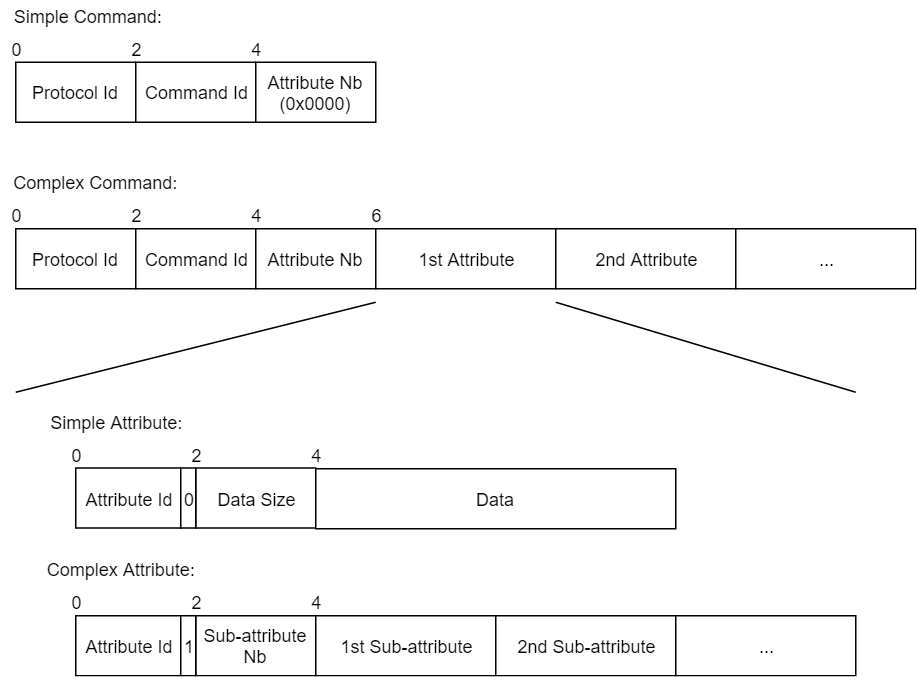
Above: img/Trame.png in jean-roland/LCSF_Doc (draw.io), before the change. Source tidied: cells renumbered, new cells last; positions are measured from the earlier drawing's top-left corner, leaving out a move shared by most shapes.
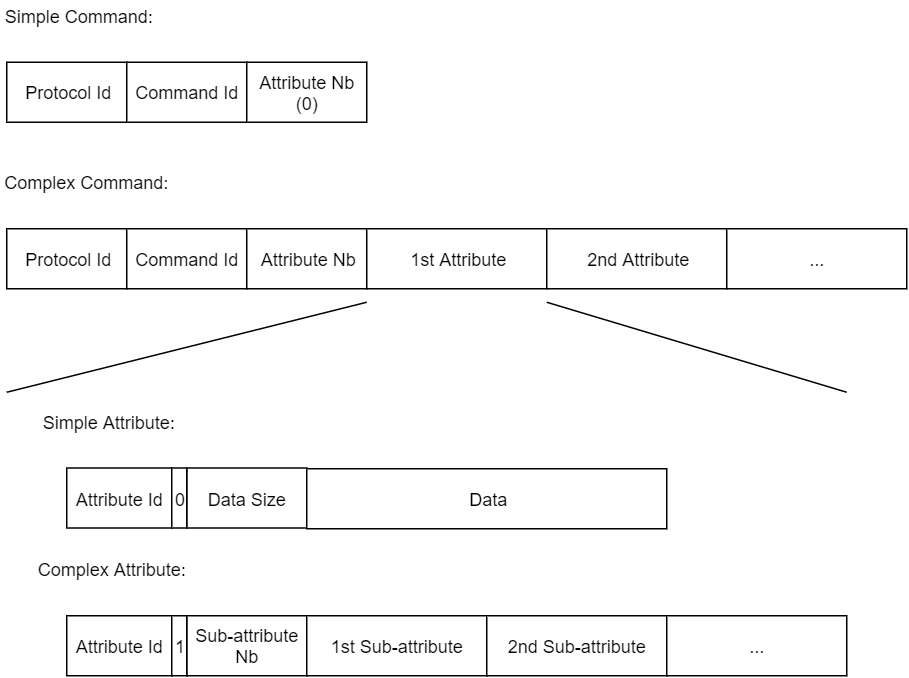
After the change.

Commit message:
doc: add representation section

What changed in the source:
```diff
@@ -8,18 +8,9 @@
     <mxCell id="3" value="&lt;font style=&quot;font-size: 12px&quot;&gt;Command Id&lt;/font&gt;" style="rounded=0;whiteSpace=wrap;html=1;" parent="1" vertex="1">
       <mxGeometry x="90" y="41" width="80" height="40" as="geometry" />
     </mxCell>
-    <mxCell id="4" value="&lt;font style=&quot;font-size: 12px&quot;&gt;Attribute Nb (0x0000)&lt;/font&gt;" style="rounded=0;whiteSpace=wrap;html=1;" parent="1" vertex="1">
+    <mxCell id="4" value="&lt;font style=&quot;font-size: 12px&quot;&gt;Attribute Nb (0)&lt;/font&gt;" style="rounded=0;whiteSpace=wrap;html=1;" parent="1" vertex="1">
       <mxGeometry x="170" y="41" width="80" height="40" as="geometry" />
     </mxCell>
-    <mxCell id="5" value="&lt;font style=&quot;font-size: 12px&quot;&gt;0&lt;/font&gt;&lt;br&gt;" style="text;html=1;strokeColor=none;fillColor=none;align=center;verticalAlign=middle;whiteSpace=wrap;rounded=0;" parent="1" vertex="1">
-      <mxGeometry y="25.5" width="20" height="13" as="geometry" />
-    </mxCell>
-    <mxCell id="6" value="&lt;font style=&quot;font-size: 12px&quot;&gt;2&lt;/font&gt;&lt;br&gt;" style="text;html=1;strokeColor=none;fillColor=none;align=center;verticalAlign=middle;whiteSpace=wrap;rounded=0;" parent="1" vertex="1">
-      <mxGeometry x="80" y="25.5" width="20" height="13" as="geometry" />
-    </mxCell>
-    <mxCell id="7" value="&lt;font style=&quot;font-size: 12px&quot;&gt;4&lt;/font&gt;&lt;br&gt;" style="text;html=1;strokeColor=none;fillColor=none;align=center;verticalAlign=middle;whiteSpace=wrap;rounded=0;" parent="1" vertex="1">
-      <mxGeometry x="160" y="25.5" width="20" height="13" as="geometry" />
-    </mxCell>
     <mxCell id="8" value="&lt;font style=&quot;font-size: 12px&quot;&gt;Protocol Id&lt;/font&gt;" style="rounded=0;whiteSpace=wrap;html=1;" parent="1" vertex="1">
       <mxGeometry x="10" y="152" width="80" height="40" as="geometry" />
     </mxCell>
@@ -29,15 +20,6 @@
     <mxCell id="10" value="&lt;font style=&quot;font-size: 12px&quot;&gt;Attribute Nb&lt;/font&gt;" style="rounded=0;whiteSpace=wrap;html=1;" parent="1" vertex="1">
       <mxGeometry x="170" y="152" width="80" height="40" as="geometry" />
     </mxCell>
-    <mxCell id="11" value="&lt;font style=&quot;font-size: 12px&quot;&gt;0&lt;/font&gt;&lt;br&gt;" style="text;html=1;strokeColor=none;fillColor=none;align=center;verticalAlign=middle;whiteSpace=wrap;rounded=0;" parent="1" vertex="1">
-      <mxGeometry y="136.5" width="20" height="13" as="geometry" />
-    </mxCell>
-    <mxCell id="12" value="&lt;font style=&quot;font-size: 12px&quot;&gt;2&lt;/font&gt;&lt;br&gt;" style="text;html=1;strokeColor=none;fillColor=none;align=center;verticalAlign=middle;whiteSpace=wrap;rounded=0;" parent="1" vertex="1">
-      <mxGeometry x="80" y="136.5" width="20" height="13" as="geometry" />
-    </mxCell>
-    <mxCell id="13" value="&lt;font style=&quot;font-size: 12px&quot;&gt;4&lt;/font&gt;&lt;br&gt;" style="text;html=1;strokeColor=none;fillColor=none;align=center;verticalAlign=middle;whiteSpace=wrap;rounded=0;" parent="1" vertex="1">
-      <mxGeometry x="160" y="136.5" width="20" height="13" as="geometry" />
-    </mxCell>
     <mxCell id="14" value="1st Attribute" style="rounded=0;whiteSpace=wrap;html=1;" parent="1" vertex="1">
       <mxGeometry x="250" y="152" width="120" height="40" as="geometry" />
     </mxCell>
@@ -47,24 +29,12 @@
     <mxCell id="16" value="..." style="rounded=0;whiteSpace=wrap;html=1;" parent="1" vertex="1">
       <mxGeometry x="490" y="152" width="120" height="40" as="geometry" />
     </mxCell>
-    <mxCell id="17" value="&lt;font style=&quot;font-size: 12px&quot;&gt;6&lt;/font&gt;&lt;br&gt;" style="text;html=1;strokeColor=none;fillColor=none;align=center;verticalAlign=middle;whiteSpace=wrap;rounded=0;" parent="1" vertex="1">
-      <mxGeometry x="240" y="136.5" width="20" height="13" as="geometry" />
-    </mxCell>
     <mxCell id="18" value="&lt;font style=&quot;font-size: 12px&quot;&gt;Attribute Id&lt;/font&gt;" style="rounded=0;whiteSpace=wrap;html=1;" parent="1" vertex="1">
       <mxGeometry x="50" y="410" width="70" height="40" as="geometry" />
     </mxCell>
     <mxCell id="19" value="&lt;font style=&quot;font-size: 12px&quot;&gt;Sub-attribute Nb&lt;/font&gt;" style="rounded=0;whiteSpace=wrap;html=1;" parent="1" vertex="1">
       <mxGeometry x="130" y="410" width="80" height="40" as="geometry" />
     </mxCell>
-    <mxCell id="20" value="&lt;font style=&quot;font-size: 12px&quot;&gt;0&lt;/font&gt;&lt;br&gt;" style="text;html=1;strokeColor=none;fillColor=none;align=center;verticalAlign=middle;whiteSpace=wrap;rounded=0;" parent="1" vertex="1">
-      <mxGeometry x="40" y="394.5" width="20" height="13" as="geometry" />
-    </mxCell>
-    <mxCell id="21" value="&lt;font style=&quot;font-size: 12px&quot;&gt;2&lt;/font&gt;&lt;br&gt;" style="text;html=1;strokeColor=none;fillColor=none;align=center;verticalAlign=middle;whiteSpace=wrap;rounded=0;" parent="1" vertex="1">
-      <mxGeometry x="120" y="394.5" width="20" height="13" as="geometry" />
-    </mxCell>
-    <mxCell id="22" value="&lt;font style=&quot;font-size: 12px&quot;&gt;4&lt;/font&gt;&lt;br&gt;" style="text;html=1;strokeColor=none;fillColor=none;align=center;verticalAlign=middle;whiteSpace=wrap;rounded=0;" parent="1" vertex="1">
-      <mxGeometry x="200" y="394.5" width="20" height="13" as="geometry" />
-    </mxCell>
     <mxCell id="23" value="1st Sub-attribute" style="rounded=0;whiteSpace=wrap;html=1;" parent="1" vertex="1">
       <mxGeometry x="210" y="410" width="120" height="40" as="geometry" />
     </mxCell>
@@ -95,15 +65,6 @@
     <mxCell id="30" value="&lt;font style=&quot;font-size: 12px&quot;&gt;Data Size&lt;/font&gt;" style="rounded=0;whiteSpace=wrap;html=1;" parent="1" vertex="1">
       <mxGeometry x="130" y="311.5" width="80" height="40" as="geometry" />
     </mxCell>
-    <mxCell id="31" value="&lt;font style=&quot;font-size: 12px&quot;&gt;0&lt;/font&gt;&lt;br&gt;" style="text;html=1;strokeColor=none;fillColor=none;align=center;verticalAlign=middle;whiteSpace=wrap;rounded=0;" parent="1" vertex="1">
-      <mxGeometry x="40" y="296" width="20" height="13" as="geometry" />
-    </mxCell>
-    <mxCell id="32" value="&lt;font style=&quot;font-size: 12px&quot;&gt;2&lt;/font&gt;&lt;br&gt;" style="text;html=1;strokeColor=none;fillColor=none;align=center;verticalAlign=middle;whiteSpace=wrap;rounded=0;" parent="1" vertex="1">
-      <mxGeometry x="120" y="296" width="20" height="13" as="geometry" />
-    </mxCell>
-    <mxCell id="33" value="&lt;font style=&quot;font-size: 12px&quot;&gt;4&lt;/font&gt;&lt;br&gt;" style="text;html=1;strokeColor=none;fillColor=none;align=center;verticalAlign=middle;whiteSpace=wrap;rounded=0;" parent="1" vertex="1">
-      <mxGeometry x="200" y="296" width="20" height="13" as="geometry" />
-    </mxCell>
     <mxCell id="34" value="0&lt;br&gt;" style="rounded=0;whiteSpace=wrap;html=1;" parent="1" vertex="1">
       <mxGeometry x="120" y="311.5" width="10" height="40" as="geometry" />
     </mxCell>
```
